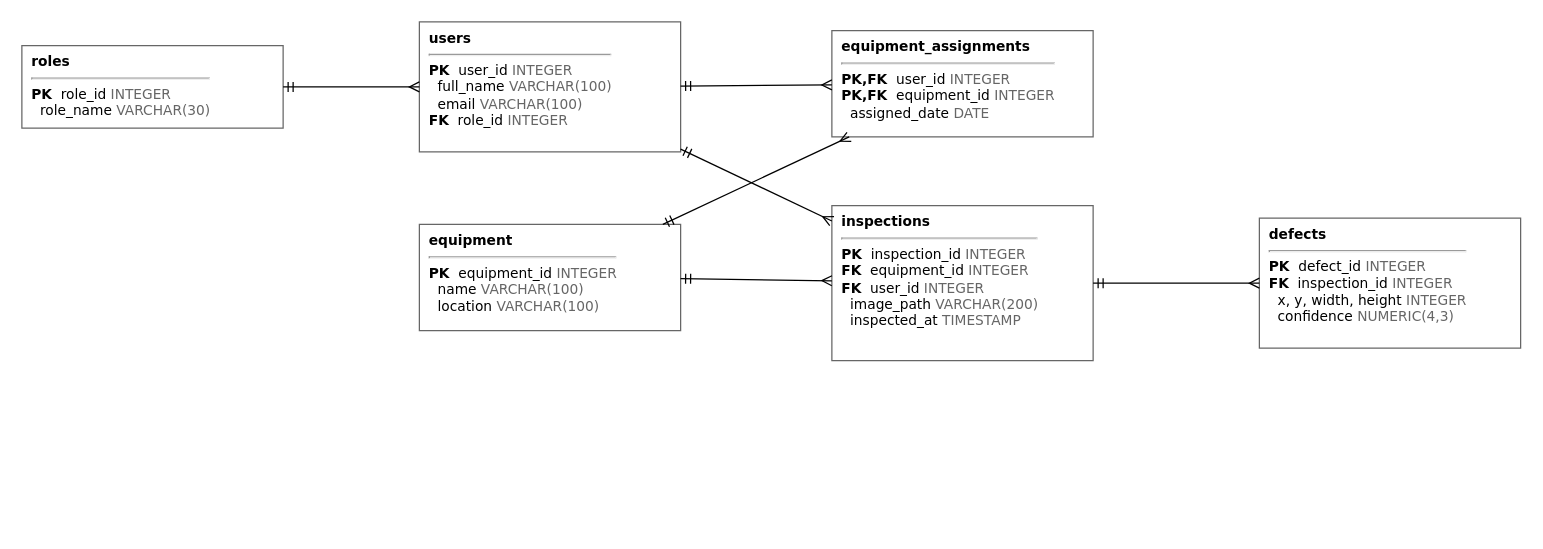
The draw.io diagram docs/database/erd.drawio in zeinkenzhebek-sys/equipment-defect-detection, before the edit. Source tidied: cells renumbered, new cells numbered last; positions are measured from the earlier drawing's top-left corner, leaving out a move shared by most shapes. Both pictures are drawn from the tidied source at 125%, with x=0, y=0 at pixel (21, 21).
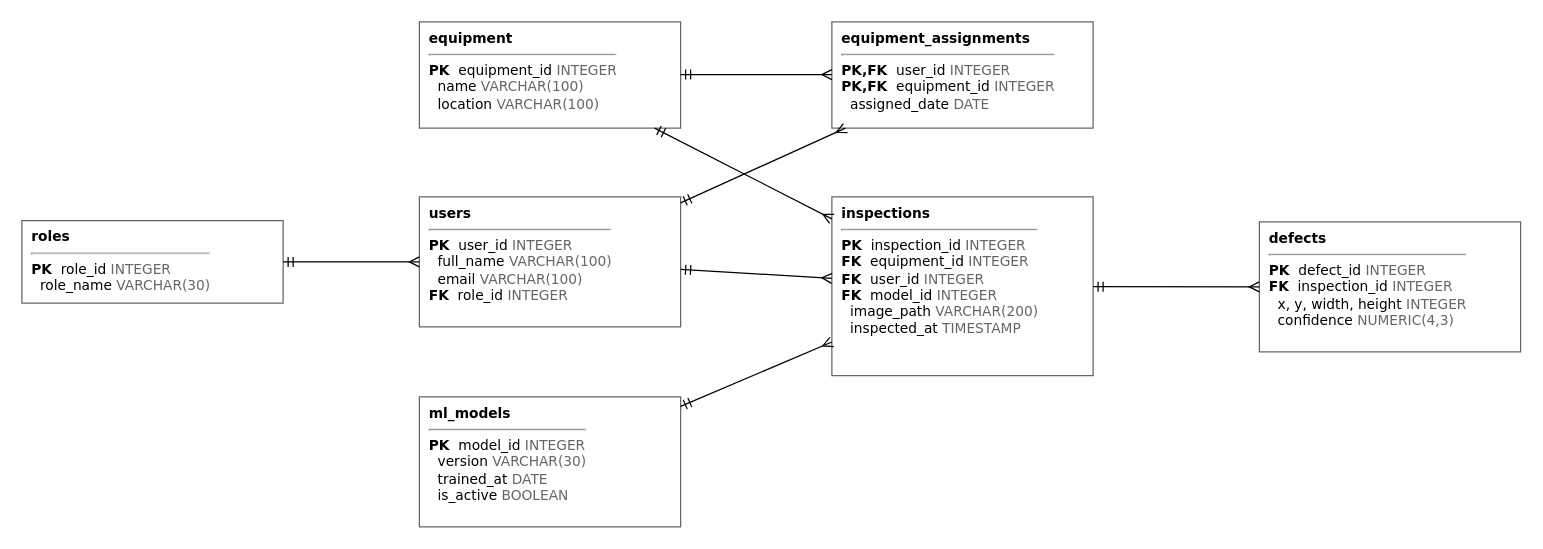
After the change.

Commit message (it also covers changes not shown here):
Add administrator and ML models to data model

Change to the diagram source:
```diff
@@
     <mxCell id="2" value="&lt;b&gt;roles&lt;/b&gt;&lt;hr&gt;&lt;b&gt;PK&lt;/b&gt;&amp;nbsp;&amp;nbsp;role_id&amp;nbsp;&lt;font color=&quot;#666666&quot;&gt;INTEGER&lt;/font&gt;&lt;br&gt;&lt;b&gt;&lt;/b&gt;&amp;nbsp;&amp;nbsp;role_name&amp;nbsp;&lt;font color=&quot;#666666&quot;&gt;VARCHAR(30)&lt;/font&gt;&lt;br&gt;" style="rounded=0;whiteSpace=wrap;html=1;align=left;verticalAlign=top;spacingLeft=6;fillColor=#ffffff;strokeColor=#666666;fontSize=11;fontFamily=DejaVu Sans;" parent="1" vertex="1">
-      <mxGeometry y="19" width="209" height="66" as="geometry" />
+      <mxGeometry y="159" width="209" height="66" as="geometry" />
     </mxCell>
     <mxCell id="3" value="&lt;b&gt;users&lt;/b&gt;&lt;hr&gt;&lt;b&gt;PK&lt;/b&gt;&amp;nbsp;&amp;nbsp;user_id&amp;nbsp;&lt;font color=&quot;#666666&quot;&gt;INTEGER&lt;/font&gt;&lt;br&gt;&lt;b&gt;&lt;/b&gt;&amp;nbsp;&amp;nbsp;full_name&amp;nbsp;&lt;font color=&quot;#666666&quot;&gt;VARCHAR(100)&lt;/font&gt;&lt;br&gt;&lt;b&gt;&lt;/b&gt;&amp;nbsp;&amp;nbsp;email&amp;nbsp;&lt;font color=&quot;#666666&quot;&gt;VARCHAR(100)&lt;/font&gt;&lt;br&gt;&lt;b&gt;FK&lt;/b&gt;&amp;nbsp;&amp;nbsp;role_id&amp;nbsp;&lt;font color=&quot;#666666&quot;&gt;INTEGER&lt;/font&gt;&lt;br&gt;" style="rounded=0;whiteSpace=wrap;html=1;align=left;verticalAlign=top;spacingLeft=6;fillColor=#ffffff;strokeColor=#666666;fontSize=11;fontFamily=DejaVu Sans;" parent="1" vertex="1">
-      <mxGeometry x="318" width="209" height="104" as="geometry" />
+      <mxGeometry x="318" y="140" width="209" height="104" as="geometry" />
     </mxCell>
     <mxCell id="4" value="&lt;b&gt;equipment&lt;/b&gt;&lt;hr&gt;&lt;b&gt;PK&lt;/b&gt;&amp;nbsp;&amp;nbsp;equipment_id&amp;nbsp;&lt;font color=&quot;#666666&quot;&gt;INTEGER&lt;/font&gt;&lt;br&gt;&lt;b&gt;&lt;/b&gt;&amp;nbsp;&amp;nbsp;name&amp;nbsp;&lt;font color=&quot;#666666&quot;&gt;VARCHAR(100)&lt;/font&gt;&lt;br&gt;&lt;b&gt;&lt;/b&gt;&amp;nbsp;&amp;nbsp;location&amp;nbsp;&lt;font color=&quot;#666666&quot;&gt;VARCHAR(100)&lt;/font&gt;&lt;br&gt;" style="rounded=0;whiteSpace=wrap;html=1;align=left;verticalAlign=top;spacingLeft=6;fillColor=#ffffff;strokeColor=#666666;fontSize=11;fontFamily=DejaVu Sans;" parent="1" vertex="1">
-      <mxGeometry x="318" y="162" width="209" height="85" as="geometry" />
+      <mxGeometry x="318" width="209" height="85" as="geometry" />
     </mxCell>
     <mxCell id="5" value="&lt;b&gt;equipment_assignments&lt;/b&gt;&lt;hr&gt;&lt;b&gt;PK,FK&lt;/b&gt;&amp;nbsp;&amp;nbsp;user_id&amp;nbsp;&lt;font color=&quot;#666666&quot;&gt;INTEGER&lt;/font&gt;&lt;br&gt;&lt;b&gt;PK,FK&lt;/b&gt;&amp;nbsp;&amp;nbsp;equipment_id&amp;nbsp;&lt;font color=&quot;#666666&quot;&gt;INTEGER&lt;/font&gt;&lt;br&gt;&lt;b&gt;&lt;/b&gt;&amp;nbsp;&amp;nbsp;assigned_date&amp;nbsp;&lt;font color=&quot;#666666&quot;&gt;DATE&lt;/font&gt;&lt;br&gt;" style="rounded=0;whiteSpace=wrap;html=1;align=left;verticalAlign=top;spacingLeft=6;fillColor=#ffffff;strokeColor=#666666;fontSize=11;fontFamily=DejaVu Sans;" parent="1" vertex="1">
-      <mxGeometry x="648" y="7" width="209" height="85" as="geometry" />
+      <mxGeometry x="648" width="209" height="85" as="geometry" />
     </mxCell>
-    <mxCell id="6" value="&lt;b&gt;inspections&lt;/b&gt;&lt;hr&gt;&lt;b&gt;PK&lt;/b&gt;&amp;nbsp;&amp;nbsp;inspection_id&amp;nbsp;&lt;font color=&quot;#666666&quot;&gt;INTEGER&lt;/font&gt;&lt;br&gt;&lt;b&gt;FK&lt;/b&gt;&amp;nbsp;&amp;nbsp;equipment_id&amp;nbsp;&lt;font color=&quot;#666666&quot;&gt;INTEGER&lt;/font&gt;&lt;br&gt;&lt;b&gt;FK&lt;/b&gt;&amp;nbsp;&amp;nbsp;user_id&amp;nbsp;&lt;font color=&quot;#666666&quot;&gt;INTEGER&lt;/font&gt;&lt;br&gt;&lt;b&gt;&lt;/b&gt;&amp;nbsp;&amp;nbsp;image_path&amp;nbsp;&lt;font color=&quot;#666666&quot;&gt;VARCHAR(200)&lt;/font&gt;&lt;br&gt;&lt;b&gt;&lt;/b&gt;&amp;nbsp;&amp;nbsp;inspected_at&amp;nbsp;&lt;font color=&quot;#666666&quot;&gt;TIMESTAMP&lt;/font&gt;&lt;br&gt;" style="rounded=0;whiteSpace=wrap;html=1;align=left;verticalAlign=top;spacingLeft=6;fillColor=#ffffff;strokeColor=#666666;fontSize=11;fontFamily=DejaVu Sans;" parent="1" vertex="1">
-      <mxGeometry x="648" y="147" width="209" height="124" as="geometry" />
+    <mxCell id="6" value="&lt;b&gt;ml_models&lt;/b&gt;&lt;hr&gt;&lt;b&gt;PK&lt;/b&gt;&amp;nbsp;&amp;nbsp;model_id&amp;nbsp;&lt;font color=&quot;#666666&quot;&gt;INTEGER&lt;/font&gt;&lt;br&gt;&lt;b&gt;&lt;/b&gt;&amp;nbsp;&amp;nbsp;version&amp;nbsp;&lt;font color=&quot;#666666&quot;&gt;VARCHAR(30)&lt;/font&gt;&lt;br&gt;&lt;b&gt;&lt;/b&gt;&amp;nbsp;&amp;nbsp;trained_at&amp;nbsp;&lt;font color=&quot;#666666&quot;&gt;DATE&lt;/font&gt;&lt;br&gt;&lt;b&gt;&lt;/b&gt;&amp;nbsp;&amp;nbsp;is_active&amp;nbsp;&lt;font color=&quot;#666666&quot;&gt;BOOLEAN&lt;/font&gt;&lt;br&gt;" style="rounded=0;whiteSpace=wrap;html=1;align=left;verticalAlign=top;spacingLeft=6;fillColor=#ffffff;strokeColor=#666666;fontSize=11;fontFamily=DejaVu Sans;" parent="1" vertex="1">
+      <mxGeometry x="318" y="300" width="209" height="104" as="geometry" />
     </mxCell>
-    <mxCell id="7" value="&lt;b&gt;defects&lt;/b&gt;&lt;hr&gt;&lt;b&gt;PK&lt;/b&gt;&amp;nbsp;&amp;nbsp;defect_id&amp;nbsp;&lt;font color=&quot;#666666&quot;&gt;INTEGER&lt;/font&gt;&lt;br&gt;&lt;b&gt;FK&lt;/b&gt;&amp;nbsp;&amp;nbsp;inspection_id&amp;nbsp;&lt;font color=&quot;#666666&quot;&gt;INTEGER&lt;/font&gt;&lt;br&gt;&lt;b&gt;&lt;/b&gt;&amp;nbsp;&amp;nbsp;x, y, width, height&amp;nbsp;&lt;font color=&quot;#666666&quot;&gt;INTEGER&lt;/font&gt;&lt;br&gt;&lt;b&gt;&lt;/b&gt;&amp;nbsp;&amp;nbsp;confidence&amp;nbsp;&lt;font color=&quot;#666666&quot;&gt;NUMERIC(4,3)&lt;/font&gt;&lt;br&gt;" style="rounded=0;whiteSpace=wrap;html=1;align=left;verticalAlign=top;spacingLeft=6;fillColor=#ffffff;strokeColor=#666666;fontSize=11;fontFamily=DejaVu Sans;" parent="1" vertex="1">
-      <mxGeometry x="990" y="157" width="209" height="104" as="geometry" />
+    <mxCell id="7" value="&lt;b&gt;inspections&lt;/b&gt;&lt;hr&gt;&lt;b&gt;PK&lt;/b&gt;&amp;nbsp;&amp;nbsp;inspection_id&amp;nbsp;&lt;font color=&quot;#666666&quot;&gt;INTEGER&lt;/font&gt;&lt;br&gt;&lt;b&gt;FK&lt;/b&gt;&amp;nbsp;&amp;nbsp;equipment_id&amp;nbsp;&lt;font color=&quot;#666666&quot;&gt;INTEGER&lt;/font&gt;&lt;br&gt;&lt;b&gt;FK&lt;/b&gt;&amp;nbsp;&amp;nbsp;user_id&amp;nbsp;&lt;font color=&quot;#666666&quot;&gt;INTEGER&lt;/font&gt;&lt;br&gt;&lt;b&gt;FK&lt;/b&gt;&amp;nbsp;&amp;nbsp;model_id&amp;nbsp;&lt;font color=&quot;#666666&quot;&gt;INTEGER&lt;/font&gt;&lt;br&gt;&lt;b&gt;&lt;/b&gt;&amp;nbsp;&amp;nbsp;image_path&amp;nbsp;&lt;font color=&quot;#666666&quot;&gt;VARCHAR(200)&lt;/font&gt;&lt;br&gt;&lt;b&gt;&lt;/b&gt;&amp;nbsp;&amp;nbsp;inspected_at&amp;nbsp;&lt;font color=&quot;#666666&quot;&gt;TIMESTAMP&lt;/font&gt;&lt;br&gt;" style="rounded=0;whiteSpace=wrap;html=1;align=left;verticalAlign=top;spacingLeft=6;fillColor=#ffffff;strokeColor=#666666;fontSize=11;fontFamily=DejaVu Sans;" parent="1" vertex="1">
+      <mxGeometry x="648" y="140" width="209" height="143" as="geometry" />
     </mxCell>
+    <mxCell id="14" value="&lt;b&gt;defects&lt;/b&gt;&lt;hr&gt;&lt;b&gt;PK&lt;/b&gt;&amp;nbsp;&amp;nbsp;defect_id&amp;nbsp;&lt;font color=&quot;#666666&quot;&gt;INTEGER&lt;/font&gt;&lt;br&gt;&lt;b&gt;FK&lt;/b&gt;&amp;nbsp;&amp;nbsp;inspection_id&amp;nbsp;&lt;font color=&quot;#666666&quot;&gt;INTEGER&lt;/font&gt;&lt;br&gt;&lt;b&gt;&lt;/b&gt;&amp;nbsp;&amp;nbsp;x, y, width, height&amp;nbsp;&lt;font color=&quot;#666666&quot;&gt;INTEGER&lt;/font&gt;&lt;br&gt;&lt;b&gt;&lt;/b&gt;&amp;nbsp;&amp;nbsp;confidence&amp;nbsp;&lt;font color=&quot;#666666&quot;&gt;NUMERIC(4,3)&lt;/font&gt;&lt;br&gt;" style="rounded=0;whiteSpace=wrap;html=1;align=left;verticalAlign=top;spacingLeft=6;fillColor=#ffffff;strokeColor=#666666;fontSize=11;fontFamily=DejaVu Sans;" parent="1" vertex="1">
+      <mxGeometry x="990" y="160" width="209" height="104" as="geometry" />
+    </mxCell>
     <mxCell id="8" style="edgeStyle=none;curved=1;html=1;endArrow=ERmany;startArrow=ERmandOne;endFill=0;startFill=0;" parent="1" edge="1" source="2" target="3">
       <mxGeometry relative="1" as="geometry">
         <Array as="points">
-          <mxPoint x="260" y="52" />
+          <mxPoint x="260" y="192" />
         </Array>
       </mxGeometry>
     </mxCell>
     <mxCell id="9" style="edgeStyle=none;curved=1;html=1;endArrow=ERmany;startArrow=ERmandOne;endFill=0;startFill=0;" parent="1" edge="1" source="3" target="5">
       <mxGeometry relative="1" as="geometry">
         <Array as="points">
-          <mxPoint x="582" y="51" />
+          <mxPoint x="584" y="119" />
         </Array>
       </mxGeometry>
     </mxCell>
-    <mxCell id="10" style="edgeStyle=none;curved=1;html=1;endArrow=ERmany;startArrow=ERmandOne;endFill=0;startFill=0;" parent="1" edge="1" source="3" target="6">
+    <mxCell id="10" style="edgeStyle=none;curved=1;html=1;endArrow=ERmany;startArrow=ERmandOne;endFill=0;startFill=0;" parent="1" edge="1" source="3" target="7">
       <mxGeometry relative="1" as="geometry">
         <Array as="points">
-          <mxPoint x="580" y="127" />
+          <mxPoint x="579" y="201" />
         </Array>
       </mxGeometry>
     </mxCell>
     <mxCell id="11" style="edgeStyle=none;curved=1;html=1;endArrow=ERmany;startArrow=ERmandOne;endFill=0;startFill=0;" parent="1" edge="1" source="4" target="5">
       <mxGeometry relative="1" as="geometry">
         <Array as="points">
-          <mxPoint x="585" y="128" />
+          <mxPoint x="588" y="42" />
         </Array>
       </mxGeometry>
     </mxCell>
-    <mxCell id="12" style="edgeStyle=none;curved=1;html=1;endArrow=ERmany;startArrow=ERmandOne;endFill=0;startFill=0;" parent="1" edge="1" source="4" target="6">
+    <mxCell id="12" style="edgeStyle=none;curved=1;html=1;endArrow=ERmany;startArrow=ERmandOne;endFill=0;startFill=0;" parent="1" edge="1" source="4" target="7">
       <mxGeometry relative="1" as="geometry">
         <Array as="points">
-          <mxPoint x="585" y="206" />
+          <mxPoint x="575" y="120" />
         </Array>
       </mxGeometry>
     </mxCell>
     <mxCell id="13" style="edgeStyle=none;curved=1;html=1;endArrow=ERmany;startArrow=ERmandOne;endFill=0;startFill=0;" parent="1" edge="1" source="6" target="7">
       <mxGeometry relative="1" as="geometry">
         <Array as="points">
-          <mxPoint x="915" y="209" />
+          <mxPoint x="578" y="286" />
         </Array>
       </mxGeometry>
     </mxCell>
+    <mxCell id="15" style="edgeStyle=none;curved=1;html=1;endArrow=ERmany;startArrow=ERmandOne;endFill=0;startFill=0;" parent="1" edge="1" source="7" target="14">
+      <mxGeometry relative="1" as="geometry">
+        <Array as="points">
+          <mxPoint x="915" y="212" />
+        </Array>
+      </mxGeometry>
+    </mxCell>
```
